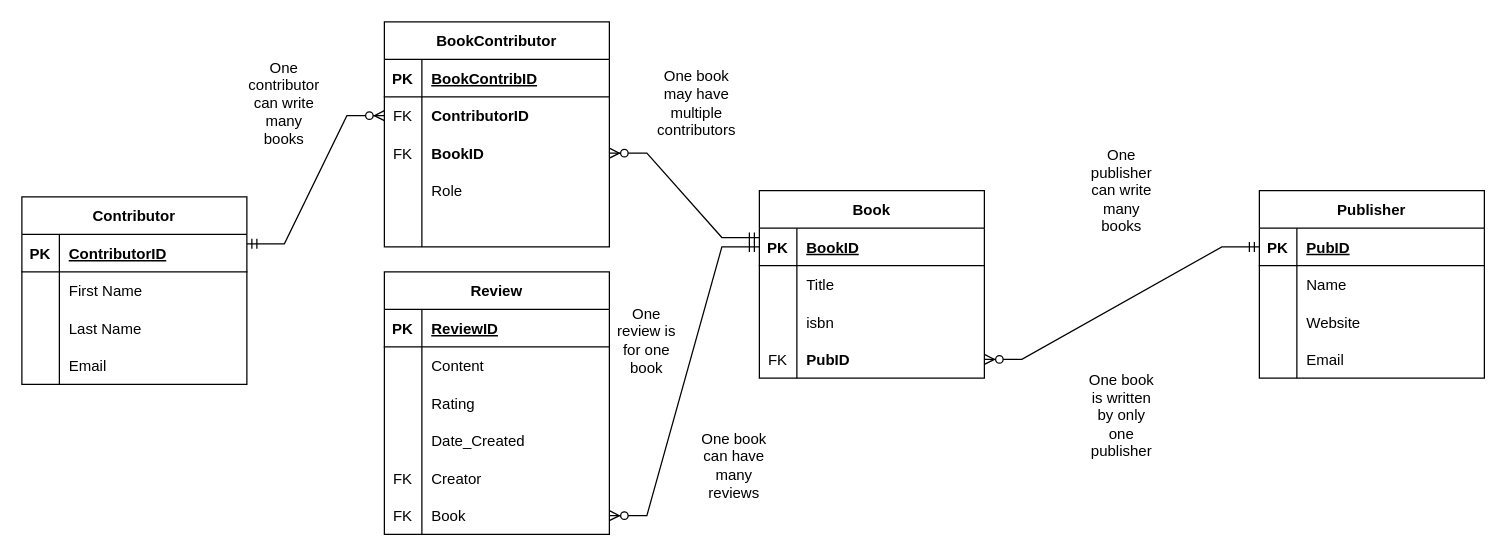
Before: Projects/myDjangoProject/ERD_Bookr.drawio in eddvalles/Django-Project, a draw.io diagram. Source tidied: cells renumbered, new cells numbered last; positions are measured from the earlier drawing's top-left corner, leaving out a move shared by most shapes. Both pictures are drawn from the tidied source at 125%, with x=0, y=0 at pixel (21, 21).
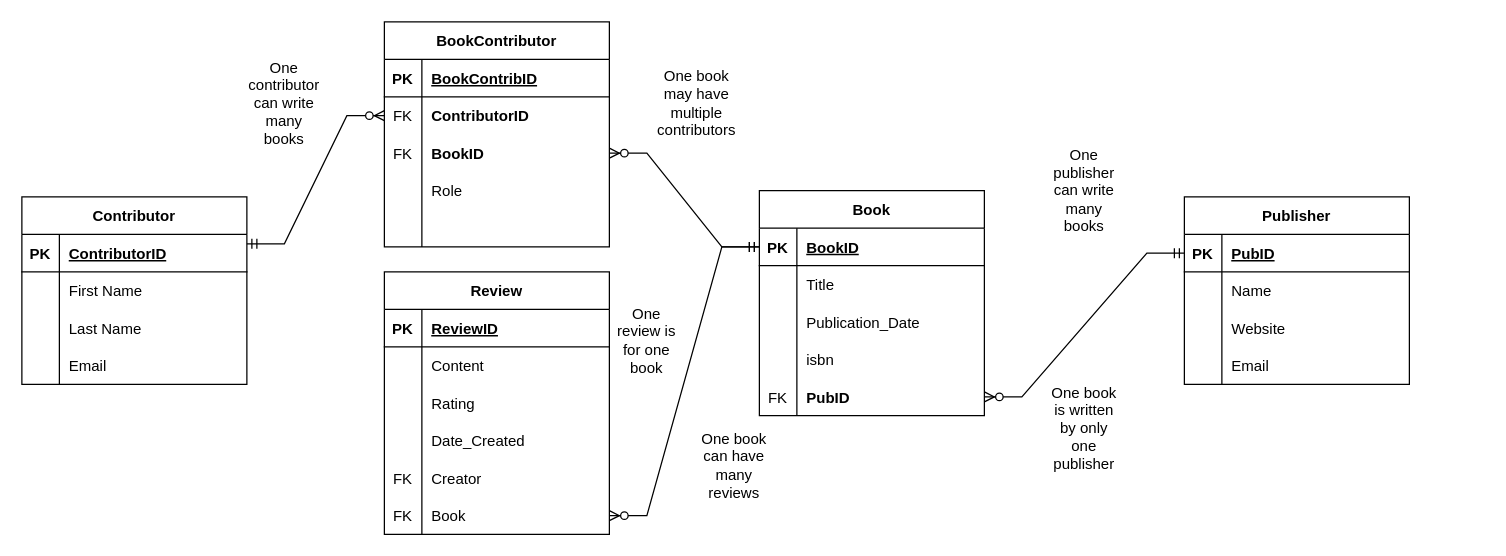
Above is the later version.

The edit, as a diff of the source:
```diff
@@
     <mxCell id="2" value="Book" style="shape=table;startSize=30;childLayout=tableLayout;rowLines=0;fontStyle=1;align=center;" parent="1" vertex="1">
-      <mxGeometry x="590" y="135" width="180" height="150" as="geometry" />
+      <mxGeometry x="590" y="135" width="180" height="180" as="geometry" />
     </mxCell>
@@
+    <mxCell id="86" style="shape=tableRow;horizontal=0;startSize=0;swimlaneHead=0;swimlaneBody=0;fillColor=none;top=0;left=0;right=0;bottom=0;" parent="2" vertex="1">
+      <mxGeometry y="90" width="180" height="30" as="geometry" />
+    </mxCell>
+    <mxCell id="87" style="shape=partialRectangle;fillColor=none;top=0;left=0;bottom=0;right=0;overflow=hidden;" parent="86" vertex="1">
+      <mxGeometry width="30" height="30" as="geometry" />
+    </mxCell>
+    <mxCell id="88" value="Publication_Date" style="shape=partialRectangle;fillColor=none;top=0;left=0;bottom=0;right=0;align=left;spacingLeft=6;overflow=hidden;" parent="86" vertex="1">
+      <mxGeometry x="30" width="150" height="30" as="geometry" />
+    </mxCell>
     <mxCell id="9" style="shape=tableRow;horizontal=0;startSize=0;swimlaneHead=0;swimlaneBody=0;fillColor=none;top=0;left=0;right=0;bottom=0;" parent="2" vertex="1">
-      <mxGeometry y="90" width="180" height="30" as="geometry" />
+      <mxGeometry y="120" width="180" height="30" as="geometry" />
     </mxCell>
@@
     <mxCell id="12" style="shape=tableRow;horizontal=0;startSize=0;swimlaneHead=0;swimlaneBody=0;fillColor=none;points=[[0,0.5],[1,0.5]];portConstraint=eastwest;top=0;left=0;right=0;bottom=0;" parent="2" vertex="1">
-      <mxGeometry y="120" width="180" height="30" as="geometry" />
+      <mxGeometry y="150" width="180" height="30" as="geometry" />
     </mxCell>
@@
     <mxCell id="15" value="Publisher" style="shape=table;startSize=30;childLayout=tableLayout;rowLines=0;fontStyle=1;align=center;" parent="1" vertex="1">
-      <mxGeometry x="990" y="135" width="180" height="150" as="geometry" />
+      <mxGeometry x="930" y="140" width="180" height="150" as="geometry" />
     </mxCell>
@@
     <mxCell id="60" value="One publisher can write many books" style="text;html=1;strokeColor=none;fillColor=none;align=center;verticalAlign=middle;whiteSpace=wrap;rounded=0;" parent="1" vertex="1">
-      <mxGeometry x="850" y="120" width="60" height="30" as="geometry" />
+      <mxGeometry x="820" y="120" width="60" height="30" as="geometry" />
     </mxCell>
     <mxCell id="61" value="One book is written by only one publisher" style="text;html=1;strokeColor=none;fillColor=none;align=center;verticalAlign=middle;whiteSpace=wrap;rounded=0;" parent="1" vertex="1">
-      <mxGeometry x="850" y="300" width="60" height="30" as="geometry" />
+      <mxGeometry x="820" y="310" width="60" height="30" as="geometry" />
     </mxCell>
```
